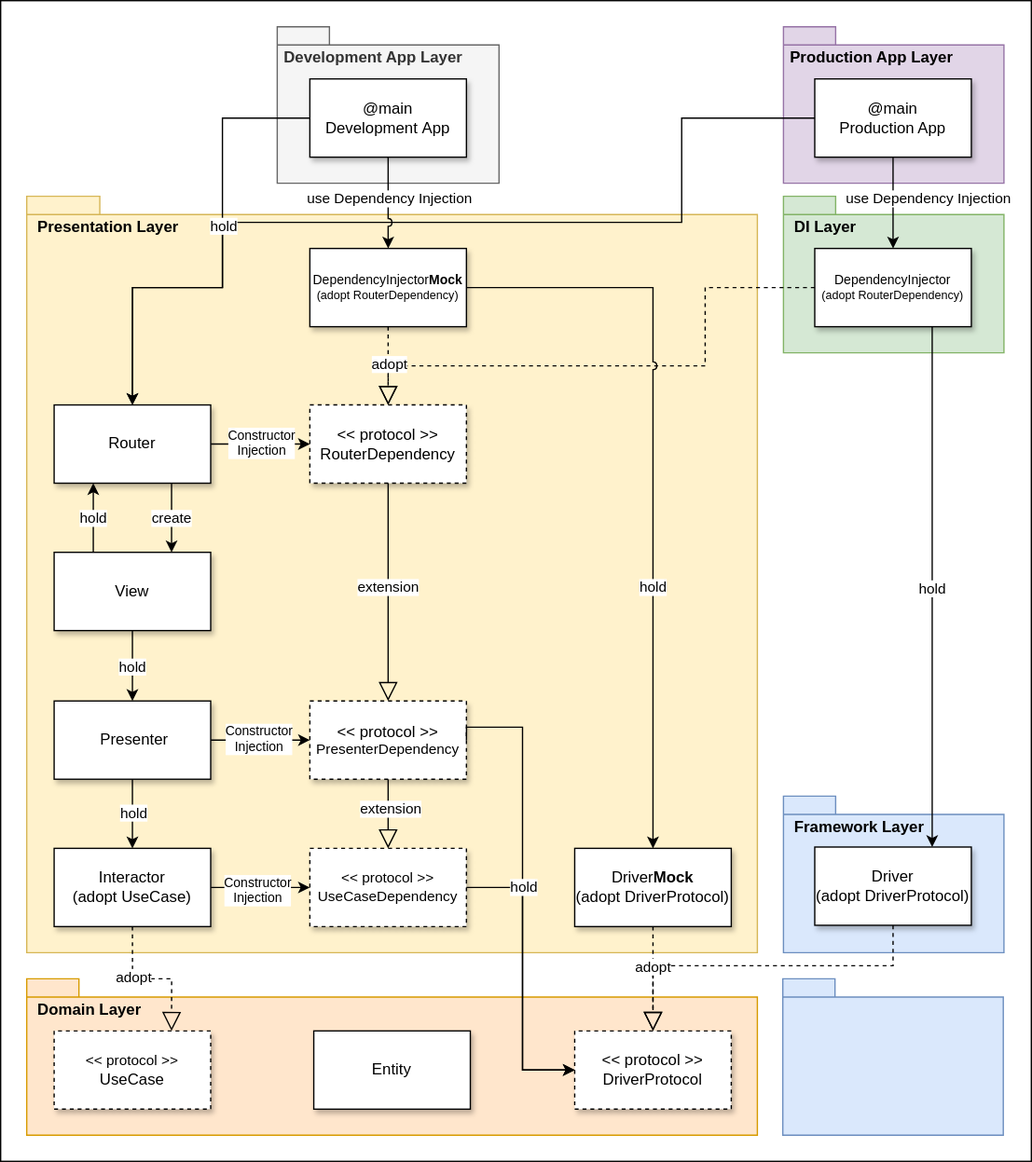
Earlier version of the draw.io export asset/drawio/architecture.drawio.svg (suguruTakahashi-1234/fia-practical-sample). Source tidied: cells renumbered, new cells last; positions are measured from the earlier drawing's top-left corner, leaving out a move shared by most shapes.
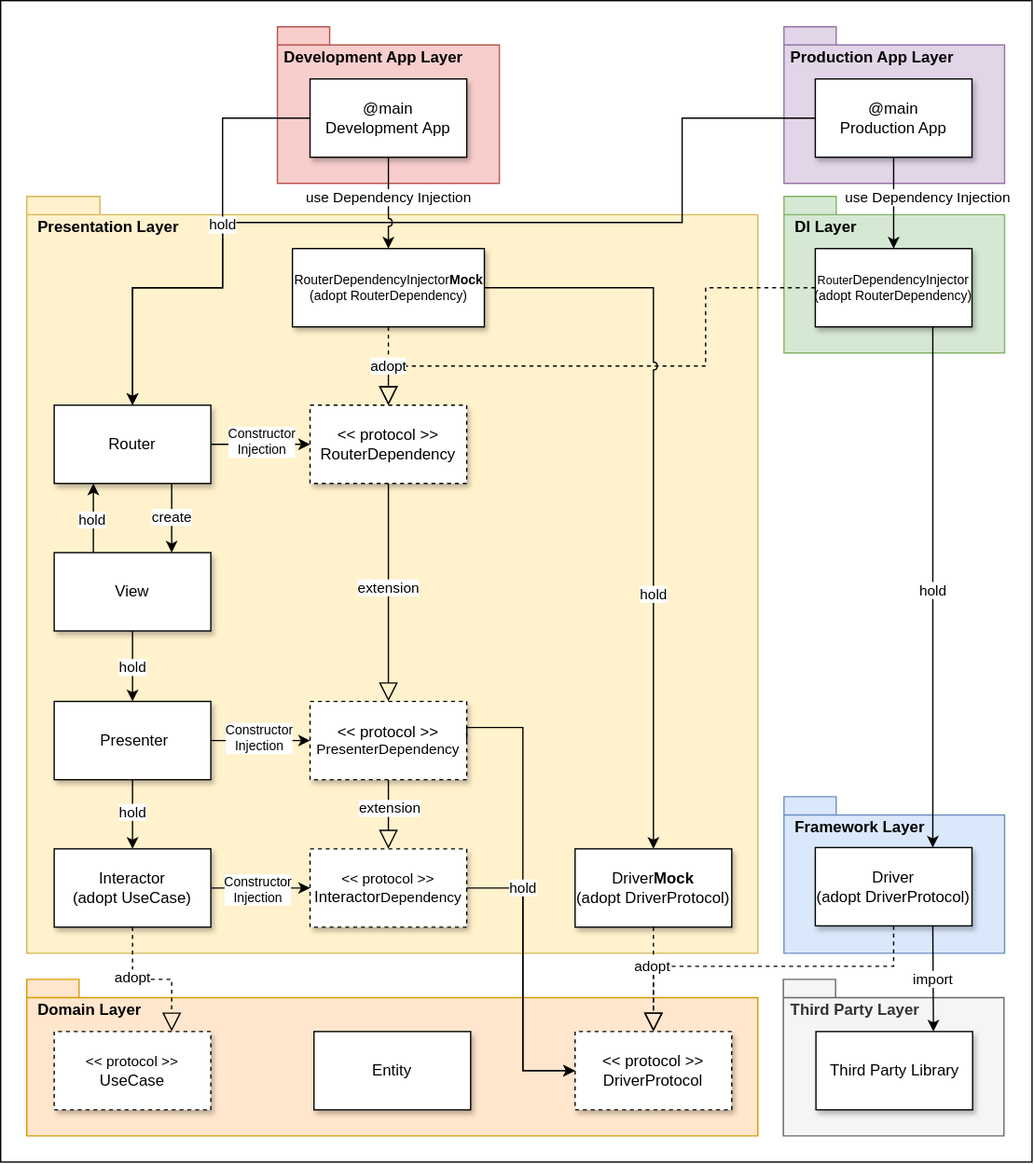
Above is the later version.

Commit message:
【アーキテクチャ】UMLを実装する #123

The edit, as a diff of the source:
```diff
@@ -39,8 +39,8 @@
     <mxCell id="12" value="extension" style="edgeLabel;html=1;align=center;verticalAlign=middle;" parent="11" vertex="1">
       <mxGeometry x="-0.17" y="1" relative="1" as="geometry" />
     </mxCell>
-    <mxCell id="13" value="&lt;font style=&quot;font-size: 10px;&quot;&gt;DependencyInjector&lt;b&gt;Mock&lt;/b&gt;&lt;/font&gt;&lt;div style=&quot;font-size: 9px;&quot;&gt;&lt;font style=&quot;font-size: 9px;&quot;&gt;(adopt&amp;nbsp;&lt;span style=&quot;background-color: initial; font-size: 9px;&quot;&gt;RouterDependency&lt;/span&gt;&lt;span style=&quot;background-color: initial; font-size: 9px;&quot;&gt;)&lt;/span&gt;&lt;/font&gt;&lt;/div&gt;" style="rounded=0;whiteSpace=wrap;html=1;shadow=1;fontSize=9;" parent="1" vertex="1">
-      <mxGeometry x="237" y="190" width="120" height="60" as="geometry" />
+    <mxCell id="13" value="&lt;font style=&quot;font-size: 10px;&quot;&gt;RouterDependencyInjector&lt;b style=&quot;&quot;&gt;Mock&lt;/b&gt;&lt;/font&gt;&lt;div style=&quot;font-size: 10px;&quot;&gt;&lt;font style=&quot;font-size: 10px;&quot;&gt;(adopt&amp;nbsp;&lt;span style=&quot;background-color: initial;&quot;&gt;RouterDependency&lt;/span&gt;&lt;span style=&quot;background-color: initial;&quot;&gt;)&lt;/span&gt;&lt;/font&gt;&lt;/div&gt;" style="rounded=0;whiteSpace=wrap;html=1;shadow=1;fontSize=9;" parent="1" vertex="1">
+      <mxGeometry x="223.5" y="190" width="147" height="60" as="geometry" />
     </mxCell>
     <mxCell id="14" value="Router" style="rounded=0;whiteSpace=wrap;html=1;shadow=1;" parent="1" vertex="1">
       <mxGeometry x="41" y="310" width="120" height="60" as="geometry" />
@@ -105,7 +105,7 @@
     <mxCell id="32" value="Entity" style="rounded=0;whiteSpace=wrap;html=1;shadow=1;flipH=1;" parent="1" vertex="1">
       <mxGeometry x="240" y="790" width="120" height="60" as="geometry" />
     </mxCell>
-    <mxCell id="33" value="&lt;div style=&quot;font-size: 11px;&quot;&gt;&lt;div style=&quot;font-size: 11px;&quot;&gt;&amp;lt;&amp;lt; protocol &amp;gt;&amp;gt;&lt;/div&gt;&lt;/div&gt;UseCaseDependency" style="rounded=0;whiteSpace=wrap;html=1;dashed=1;shadow=1;fontSize=11;flipH=0;" parent="1" vertex="1">
+    <mxCell id="33" value="&lt;div style=&quot;font-size: 11px;&quot;&gt;&lt;div style=&quot;font-size: 11px;&quot;&gt;&amp;lt;&amp;lt; protocol &amp;gt;&amp;gt;&lt;/div&gt;&lt;/div&gt;&lt;span style=&quot;font-size: 12px;&quot;&gt;Interactor&lt;/span&gt;Dependency" style="rounded=0;whiteSpace=wrap;html=1;dashed=1;shadow=1;fontSize=11;flipH=0;" parent="1" vertex="1">
       <mxGeometry x="237" y="650" width="120" height="60" as="geometry" />
     </mxCell>
     <mxCell id="34" value="&lt;div&gt;&amp;lt;&amp;lt; protocol &amp;gt;&amp;gt;&lt;br&gt;&lt;/div&gt;DriverProtocol" style="rounded=0;whiteSpace=wrap;html=1;dashed=1;shadow=1;flipH=1;" parent="1" vertex="1">
@@ -114,7 +114,7 @@
     <mxCell id="35" value="&lt;font style=&quot;font-size: 12px;&quot;&gt;Driver&lt;/font&gt;&lt;div style=&quot;&quot;&gt;&lt;font style=&quot;font-size: 12px;&quot;&gt;(adopt DriverProtocol)&lt;/font&gt;&lt;br&gt;&lt;/div&gt;" style="rounded=0;whiteSpace=wrap;html=1;shadow=1;flipH=0;" parent="1" vertex="1">
       <mxGeometry x="624" y="649" width="120" height="60" as="geometry" />
     </mxCell>
-    <mxCell id="36" value="&lt;font style=&quot;font-size: 10px;&quot;&gt;DependencyInjector&lt;/font&gt;&lt;div style=&quot;font-size: 9px;&quot;&gt;&lt;font style=&quot;font-size: 9px;&quot;&gt;(adopt&amp;nbsp;&lt;span style=&quot;background-color: initial; font-size: 9px;&quot;&gt;RouterDependency&lt;/span&gt;&lt;span style=&quot;background-color: initial; font-size: 9px;&quot;&gt;)&lt;/span&gt;&lt;/font&gt;&lt;/div&gt;" style="rounded=0;whiteSpace=wrap;html=1;shadow=1;fontSize=9;" parent="1" vertex="1">
+    <mxCell id="36" value="&lt;font style=&quot;font-size: 10px;&quot;&gt;&lt;span style=&quot;font-size: 9px;&quot;&gt;Router&lt;/span&gt;DependencyInjector&lt;/font&gt;&lt;div style=&quot;font-size: 10px;&quot;&gt;&lt;font style=&quot;font-size: 10px;&quot;&gt;(adopt&amp;nbsp;&lt;span style=&quot;background-color: initial;&quot;&gt;RouterDependency&lt;/span&gt;&lt;span style=&quot;background-color: initial;&quot;&gt;)&lt;/span&gt;&lt;/font&gt;&lt;/div&gt;" style="rounded=0;whiteSpace=wrap;html=1;shadow=1;fontSize=9;" parent="1" vertex="1">
       <mxGeometry x="624" y="190" width="120" height="60" as="geometry" />
     </mxCell>
     <mxCell id="37" style="endArrow=block;dashed=1;endFill=0;endSize=12;html=1;rounded=0;edgeStyle=orthogonalEdgeStyle;entryX=0.5;entryY=0;entryDx=0;entryDy=0;exitX=0;exitY=0.5;exitDx=0;exitDy=0;jumpStyle=arc;" parent="1" edge="1" source="36" target="27">
@@ -137,7 +137,7 @@
     <mxCell id="40" value="hold" style="endArrow=classic;html=1;rounded=0;exitX=0.75;exitY=1;exitDx=0;exitDy=0;entryX=0.75;entryY=0;entryDx=0;entryDy=0;" parent="1" edge="1" source="36" target="35">
       <mxGeometry x="0.01" relative="1" as="geometry" />
     </mxCell>
-    <mxCell id="41" value="&amp;nbsp;Development App Layer" style="shape=folder;fontStyle=1;spacingTop=10;tabWidth=40;tabHeight=14;tabPosition=left;html=1;whiteSpace=wrap;align=left;horizontal=1;verticalAlign=top;fillColor=#f5f5f5;fontColor=#333333;strokeColor=#666666;" parent="1" vertex="1">
+    <mxCell id="41" value="&amp;nbsp;Development App Layer" style="shape=folder;fontStyle=1;spacingTop=10;tabWidth=40;tabHeight=14;tabPosition=left;html=1;whiteSpace=wrap;align=left;horizontal=1;verticalAlign=top;fillColor=#f8cecc;strokeColor=#b85450;" parent="1" vertex="1">
       <mxGeometry x="212" y="20" width="170" height="120" as="geometry" />
     </mxCell>
     <mxCell id="42" style="endArrow=classic;html=1;rounded=0;exitX=1;exitY=0.5;exitDx=0;exitDy=0;entryX=0;entryY=0.5;entryDx=0;entryDy=0;edgeStyle=orthogonalEdgeStyle;" parent="1" edge="1" source="33" target="34">
@@ -248,8 +248,14 @@
         <mxPoint y="-1" as="offset" />
       </mxGeometry>
     </mxCell>
-    <mxCell id="60" value="&lt;span style=&quot;text-align: center;&quot;&gt;&amp;nbsp;&amp;nbsp;&lt;/span&gt;" style="shape=folder;fontStyle=1;spacingTop=10;tabWidth=40;tabHeight=14;tabPosition=left;html=1;whiteSpace=wrap;align=left;horizontal=1;verticalAlign=top;fillColor=#dae8fc;strokeColor=#6c8ebf;" parent="1" vertex="1">
+    <mxCell id="60" value="&lt;span style=&quot;text-align: center;&quot;&gt;&amp;nbsp;Third Party Layer&lt;/span&gt;" style="shape=folder;fontStyle=1;spacingTop=10;tabWidth=40;tabHeight=14;tabPosition=left;html=1;whiteSpace=wrap;align=left;horizontal=1;verticalAlign=top;fillColor=#f5f5f5;strokeColor=#666666;fontColor=#333333;" parent="1" vertex="1">
       <mxGeometry x="599.5" y="750" width="169" height="120" as="geometry" />
     </mxCell>
+    <mxCell id="61" value="&lt;div style=&quot;&quot;&gt;Third Party Library&lt;/div&gt;" style="rounded=0;whiteSpace=wrap;html=1;shadow=1;flipH=0;" parent="1" vertex="1">
+      <mxGeometry x="624.5" y="790" width="120" height="60" as="geometry" />
+    </mxCell>
+    <mxCell id="62" value="import" style="endArrow=classic;html=1;rounded=0;exitX=0.75;exitY=1;exitDx=0;exitDy=0;entryX=0.75;entryY=0;entryDx=0;entryDy=0;" parent="1" edge="1" source="35" target="61">
+      <mxGeometry x="0.01" relative="1" as="geometry" />
+    </mxCell>
   </root>
 </mxGraphModel>
```
